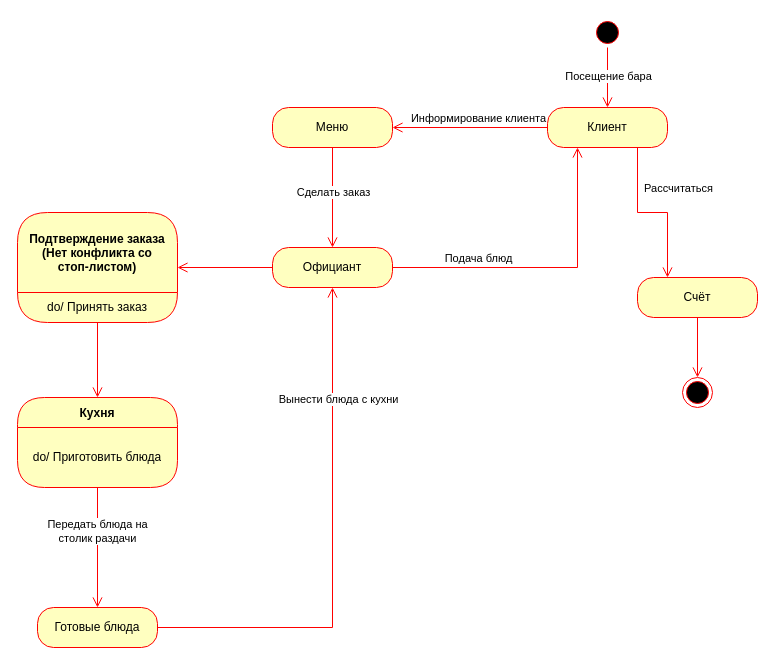
Before: page "ПР6" (9 of 9) of IKBO-11-20_Kuzin.drawio in Rattokun/ModelRep, a draw.io diagram. Source tidied: cells renumbered, new cells numbered last; positions are measured from the earlier drawing's top-left corner, leaving out a move shared by most shapes. Both pictures are drawn from the tidied source at 100%, with x=0, y=0 at pixel (17, 17).
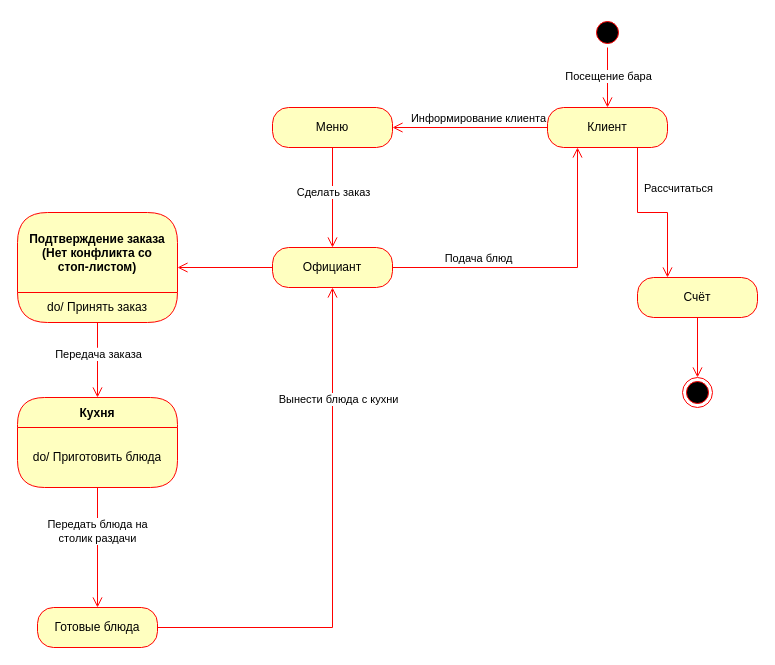
The same diagram, later.

The change refers to these unchanged cells:
```xml
<mxCell id="11" value="Подтверждение заказа&#10;(Нет конфликта со &#10;стоп-листом)" style="swimlane;fontStyle=1;align=center;verticalAlign=middle;horizontal=1;startSize=80;fontColor=#000000;rounded=1;arcSize=27;strokeColor=#ff0000;fillColor=#ffffc0;swimlaneFillColor=#ffffc0;" parent="1" vertex="1">
  <mxGeometry y="195" width="160" height="110" as="geometry" />
</mxCell>
<mxCell id="17" value="Кухня" style="swimlane;fontStyle=1;align=center;verticalAlign=middle;horizontal=1;startSize=30;fontColor=#000000;rounded=1;arcSize=30;strokeColor=#ff0000;fillColor=#ffffc0;swimlaneFillColor=#ffffc0;" parent="1" vertex="1">
  <mxGeometry y="380" width="160" height="90" as="geometry" />
</mxCell>
```

Diff of the diagram source:
```diff
@@
     <mxCell id="13" style="edgeStyle=orthogonalEdgeStyle;html=1;verticalAlign=bottom;endArrow=open;endSize=8;strokeColor=#ff0000;rounded=0;entryX=0.5;entryY=0;entryDx=0;entryDy=0;" parent="1" edge="1" source="11" target="17">
-      <mxGeometry relative="1" as="geometry" />
+      <mxGeometry relative="1" as="geometry">
+        <Array as="points">
+          <mxPoint x="80" y="330" />
+          <mxPoint x="80" y="330" />
+        </Array>
+      </mxGeometry>
     </mxCell>
+    <mxCell id="30" value="Передача заказа" style="edgeLabel;html=1;align=center;verticalAlign=middle;" parent="13" vertex="1">
+      <mxGeometry x="-0.17" relative="1" as="geometry" />
+    </mxCell>
```
